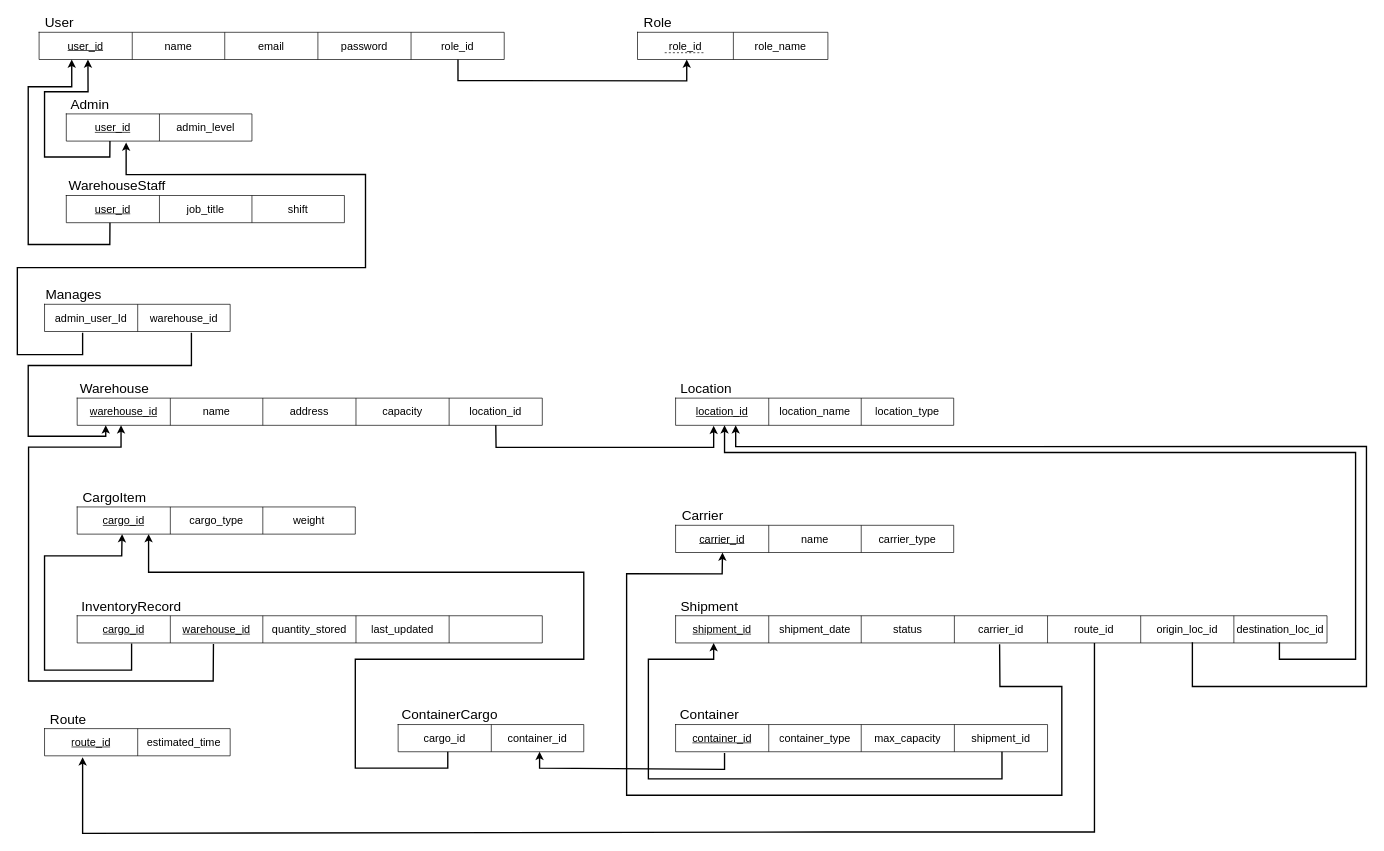
Essam-Khawaja/CPSC-471-Inventory-Manager keeps this draw.io diagram as docs/Prog2v2.drawio. Above is the earlier version. Source tidied: cells renumbered, new cells numbered last; positions are measured from the earlier drawing's top-left corner, leaving out a move shared by most shapes. Both pictures are drawn from the tidied source at 68%, with x=0, y=0 at pixel (17, 12).
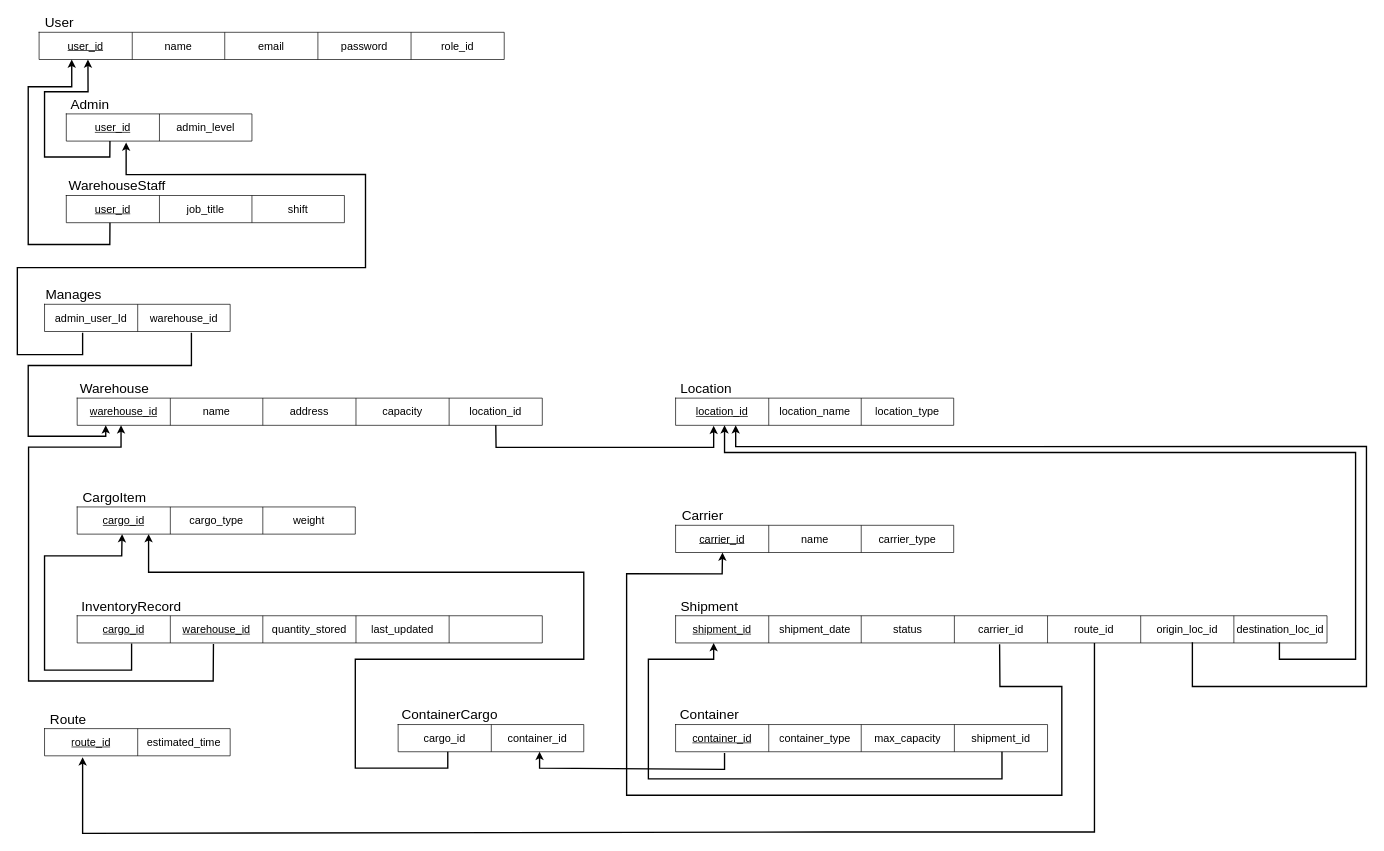
The same page after the edit.

The edit, as a diff of the source:
```diff
@@
-    <mxCell id="25" style="group;" parent="1" vertex="1">
-      <mxGeometry x="912" width="409" height="70" as="geometry" />
-    </mxCell>
-    <mxCell id="26" value="Role" style="text;html=1;whiteSpace=wrap;strokeColor=none;fillColor=none;align=center;verticalAlign=middle;rounded=0;fontSize=20;" parent="25" vertex="1">
-      <mxGeometry width="60" height="30" as="geometry" />
-    </mxCell>
-    <mxCell id="27" style="shape=table;startSize=0;childLayout=tableLayout;fontSize=16;" parent="25" vertex="1">
-      <mxGeometry y="30" width="280" height="40" as="geometry" />
-    </mxCell>
-    <mxCell id="28" style="shape=tableRow;horizontal=0;startSize=0;swimlaneHead=0;swimlaneBody=0;strokeColor=inherit;top=0;left=0;bottom=0;right=0;fillColor=none;fontSize=16;" parent="27" vertex="1">
-      <mxGeometry width="280" height="40" as="geometry" />
-    </mxCell>
-    <mxCell id="29" value="role_id" style="shape=partialRectangle;html=1;whiteSpace=wrap;strokeColor=inherit;overflow=hidden;fillColor=none;top=0;left=0;bottom=0;right=0;fontSize=16;" parent="28" vertex="1">
-      <mxGeometry width="141" height="40" as="geometry" />
-    </mxCell>
-    <mxCell id="30" value="role_name" style="shape=partialRectangle;html=1;whiteSpace=wrap;strokeColor=inherit;overflow=hidden;fillColor=none;top=0;left=0;bottom=0;right=0;fontSize=16;" parent="28" vertex="1">
-      <mxGeometry x="141" width="139" height="40" as="geometry" />
-    </mxCell>
-    <mxCell id="31" style="endArrow=none;dashed=1;html=1;rounded=0;" parent="25" edge="1">
-      <mxGeometry relative="1" as="geometry">
-        <mxPoint x="40" y="60" as="sourcePoint" />
-        <mxPoint x="100" y="60" as="targetPoint" />
-      </mxGeometry>
-    </mxCell>
@@
-    <mxCell id="99" style="endArrow=none;html=1;rounded=0;endFill=0;strokeWidth=2;exitX=0.137;exitY=1.017;exitDx=0;exitDy=0;exitPerimeter=0;startArrow=classic;startFill=1;" parent="1" edge="1">
-      <mxGeometry relative="1" as="geometry">
-        <mxPoint x="984.4" y="70" as="sourcePoint" />
-        <mxPoint x="648" y="70" as="targetPoint" />
-        <Array as="points">
-          <mxPoint x="984.4" y="101.4" />
-          <mxPoint x="648" y="101" />
-        </Array>
-      </mxGeometry>
-    </mxCell>
```
